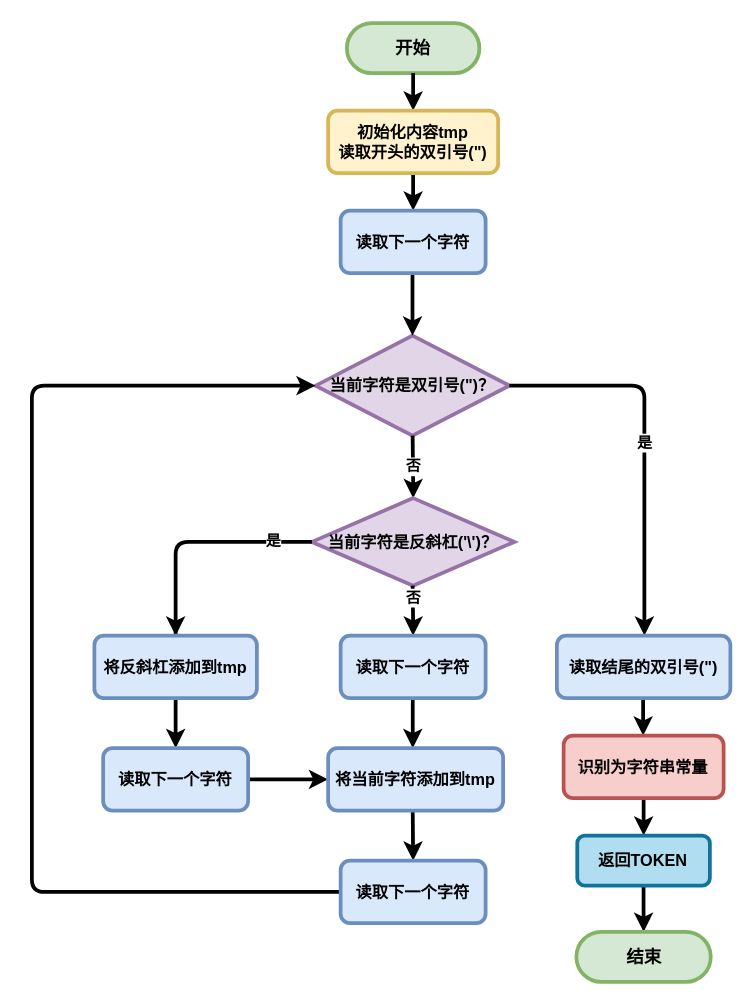
zhangbird050801/C-Compiler keeps this draw.io diagram as draw/flow-STRING.drawio. Above is the earlier version. Source tidied: cells renumbered, new cells numbered last; positions are measured from the earlier drawing's top-left corner, leaving out a move shared by most shapes. Both pictures are drawn from the tidied source at 125%, with x=0, y=0 at pixel (31, 22).
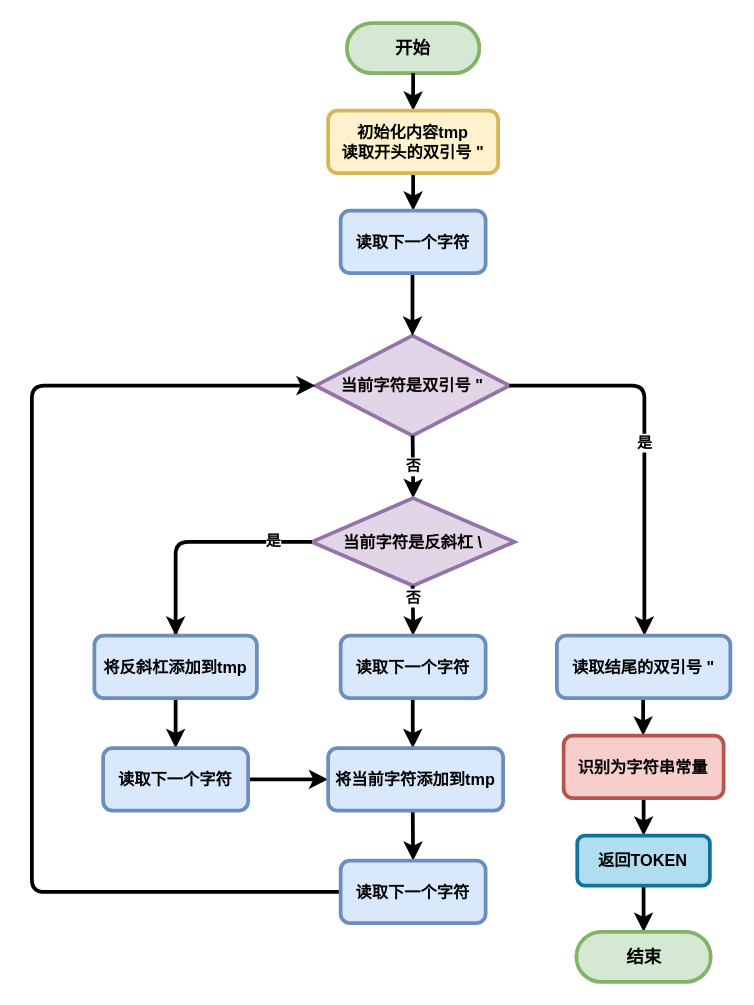
The same page after the edit.

Change to the diagram source:
```diff
@@
-    <mxCell id="5" value="&lt;b&gt;初始化内容tmp&lt;/b&gt;&lt;br&gt;读取开头的双引号(&quot;)" style="rounded=1;whiteSpace=wrap;html=1;fillColor=#fff2cc;strokeColor=#d6b656;strokeWidth=3;fontStyle=1;fontSize=13;" parent="1" vertex="1">
+    <mxCell id="5" value="&lt;b&gt;初始化内容tmp&lt;/b&gt;&lt;br&gt;读取开头的双引号 &quot;" style="rounded=1;whiteSpace=wrap;html=1;fillColor=#fff2cc;strokeColor=#d6b656;strokeWidth=3;fontStyle=1;fontSize=13;" parent="1" vertex="1">
       <mxGeometry x="237" y="70" width="136" height="50" as="geometry" />
     </mxCell>
-    <mxCell id="6" value="&lt;b&gt;当前字符是双引号(&quot;)？&lt;/b&gt;" style="rhombus;whiteSpace=wrap;html=1;fillColor=#e1d5e7;strokeColor=#9673a6;strokeWidth=3;fontStyle=1;fontSize=13;" parent="1" vertex="1">
+    <mxCell id="6" value="&lt;b&gt;当前字符是双引号 &quot;&lt;/b&gt;" style="rhombus;whiteSpace=wrap;html=1;fillColor=#e1d5e7;strokeColor=#9673a6;strokeWidth=3;fontStyle=1;fontSize=13;" parent="1" vertex="1">
       <mxGeometry x="227" y="250" width="155" height="80" as="geometry" />
     </mxCell>
@@
-    <mxCell id="12" value="&lt;b&gt;当前字符是反斜杠('\')？&lt;/b&gt;" style="rhombus;whiteSpace=wrap;html=1;fillColor=#e1d5e7;strokeColor=#9673a6;strokeWidth=3;fontStyle=1;fontSize=13;" parent="1" vertex="1">
+    <mxCell id="12" value="&lt;b&gt;当前字符是反斜杠 \&lt;/b&gt;" style="rhombus;whiteSpace=wrap;html=1;fillColor=#e1d5e7;strokeColor=#9673a6;strokeWidth=3;fontStyle=1;fontSize=13;" parent="1" vertex="1">
       <mxGeometry x="224" y="380" width="162" height="70" as="geometry" />
     </mxCell>
@@
-    <mxCell id="26" value="读取结尾的双&lt;b&gt;引号&lt;/b&gt;&lt;span style=&quot;color: rgb(0, 0, 0);&quot;&gt;(&quot;)&lt;/span&gt;" style="rounded=1;whiteSpace=wrap;html=1;fillColor=#dae8fc;strokeColor=#6c8ebf;strokeWidth=3;fontStyle=1;fontSize=13;" parent="1" vertex="1">
+    <mxCell id="26" value="读取结尾的双&lt;b&gt;引号&amp;nbsp;&lt;/b&gt;&lt;span style=&quot;color: rgb(0, 0, 0);&quot;&gt;&quot;&lt;/span&gt;" style="rounded=1;whiteSpace=wrap;html=1;fillColor=#dae8fc;strokeColor=#6c8ebf;strokeWidth=3;fontStyle=1;fontSize=13;" parent="1" vertex="1">
       <mxGeometry x="420" y="490" width="138.8" height="50" as="geometry" />
     </mxCell>
```
